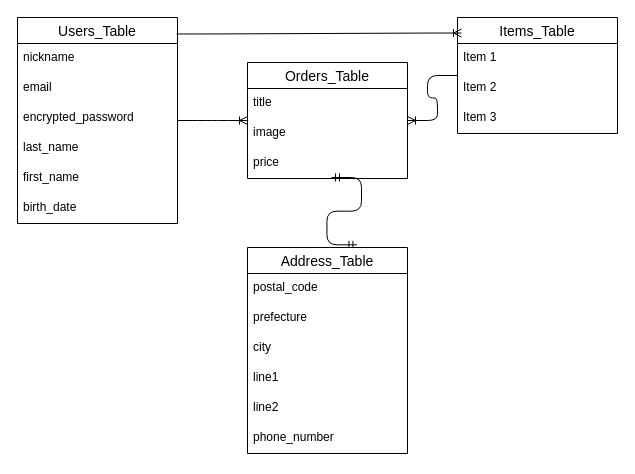
Above: furima-41773.dio in Nanami-yk185/furima-41773 (draw.io), before the change. Source tidied: cells renumbered, new cells numbered last; positions are measured from the earlier drawing's top-left corner, leaving out a move shared by most shapes. Both pictures are drawn from the tidied source at 100%, with x=0, y=0 at pixel (17, 17).
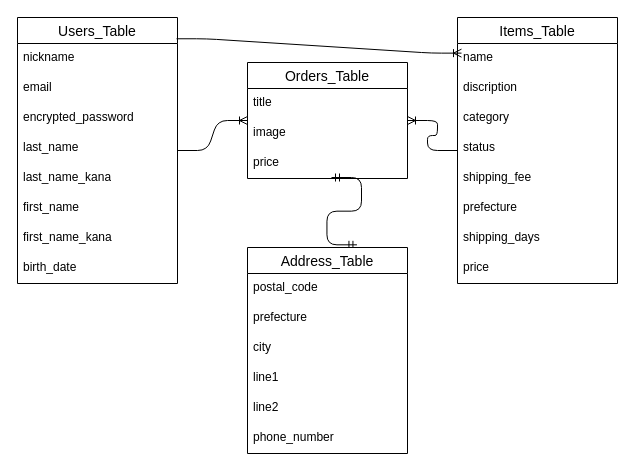
Above is the later version.

Change to the diagram source:
```diff
@@
     <mxCell id="2" value="Users_Table" style="swimlane;fontStyle=0;horizontal=1;startSize=26;align=center;fontSize=14;" parent="1" vertex="1">
-      <mxGeometry width="160" height="206" as="geometry" />
+      <mxGeometry width="160" height="266" as="geometry" />
     </mxCell>
@@
+    <mxCell id="28" value="last_name_kana" style="text;strokeColor=none;fillColor=none;spacingLeft=4;spacingRight=4;overflow=hidden;fontSize=12;whiteSpace=wrap;html=1;" parent="2" vertex="1">
+      <mxGeometry y="146" width="160" height="30" as="geometry" />
+    </mxCell>
     <mxCell id="7" value="first_name" style="text;strokeColor=none;fillColor=none;spacingLeft=4;spacingRight=4;overflow=hidden;fontSize=12;whiteSpace=wrap;html=1;" parent="2" vertex="1">
-      <mxGeometry y="146" width="160" height="30" as="geometry" />
+      <mxGeometry y="176" width="160" height="30" as="geometry" />
     </mxCell>
+    <mxCell id="29" value="first_name_kana" style="text;strokeColor=none;fillColor=none;spacingLeft=4;spacingRight=4;overflow=hidden;fontSize=12;whiteSpace=wrap;html=1;" parent="2" vertex="1">
+      <mxGeometry y="206" width="160" height="30" as="geometry" />
+    </mxCell>
     <mxCell id="8" value="birth_date" style="text;strokeColor=none;fillColor=none;spacingLeft=4;spacingRight=4;overflow=hidden;fontSize=12;whiteSpace=wrap;html=1;" parent="2" vertex="1">
-      <mxGeometry y="176" width="160" height="30" as="geometry" />
+      <mxGeometry y="236" width="160" height="30" as="geometry" />
     </mxCell>
     <mxCell id="9" value="Items_Table" style="swimlane;fontStyle=0;horizontal=1;startSize=26;align=center;fontSize=14;" parent="1" vertex="1">
-      <mxGeometry x="440" width="160" height="116" as="geometry" />
+      <mxGeometry x="440" width="160" height="266" as="geometry" />
     </mxCell>
-    <mxCell id="10" value="Item 1" style="text;strokeColor=none;fillColor=none;spacingLeft=4;spacingRight=4;overflow=hidden;fontSize=12;whiteSpace=wrap;html=1;" parent="9" vertex="1">
+    <mxCell id="10" value="name" style="text;strokeColor=none;fillColor=none;spacingLeft=4;spacingRight=4;overflow=hidden;fontSize=12;whiteSpace=wrap;html=1;" parent="9" vertex="1">
       <mxGeometry y="26" width="160" height="30" as="geometry" />
     </mxCell>
-    <mxCell id="11" value="Item 2" style="text;strokeColor=none;fillColor=none;spacingLeft=4;spacingRight=4;overflow=hidden;fontSize=12;whiteSpace=wrap;html=1;" parent="9" vertex="1">
+    <mxCell id="11" value="discription" style="text;strokeColor=none;fillColor=none;spacingLeft=4;spacingRight=4;overflow=hidden;fontSize=12;whiteSpace=wrap;html=1;" parent="9" vertex="1">
       <mxGeometry y="56" width="160" height="30" as="geometry" />
     </mxCell>
-    <mxCell id="12" value="Item 3" style="text;strokeColor=none;fillColor=none;spacingLeft=4;spacingRight=4;overflow=hidden;fontSize=12;whiteSpace=wrap;html=1;" parent="9" vertex="1">
+    <mxCell id="12" value="category" style="text;strokeColor=none;fillColor=none;spacingLeft=4;spacingRight=4;overflow=hidden;fontSize=12;whiteSpace=wrap;html=1;" parent="9" vertex="1">
       <mxGeometry y="86" width="160" height="30" as="geometry" />
     </mxCell>
+    <mxCell id="30" value="status" style="text;strokeColor=none;fillColor=none;spacingLeft=4;spacingRight=4;overflow=hidden;fontSize=12;whiteSpace=wrap;html=1;" parent="9" vertex="1">
+      <mxGeometry y="116" width="160" height="30" as="geometry" />
+    </mxCell>
+    <mxCell id="31" value="shipping_fee" style="text;strokeColor=none;fillColor=none;spacingLeft=4;spacingRight=4;overflow=hidden;fontSize=12;whiteSpace=wrap;html=1;" parent="9" vertex="1">
+      <mxGeometry y="146" width="160" height="30" as="geometry" />
+    </mxCell>
+    <mxCell id="32" value="prefecture" style="text;strokeColor=none;fillColor=none;spacingLeft=4;spacingRight=4;overflow=hidden;fontSize=12;whiteSpace=wrap;html=1;" parent="9" vertex="1">
+      <mxGeometry y="176" width="160" height="30" as="geometry" />
+    </mxCell>
+    <mxCell id="33" value="shipping_days" style="text;strokeColor=none;fillColor=none;spacingLeft=4;spacingRight=4;overflow=hidden;fontSize=12;whiteSpace=wrap;html=1;" parent="9" vertex="1">
+      <mxGeometry y="206" width="160" height="30" as="geometry" />
+    </mxCell>
+    <mxCell id="34" value="price" style="text;strokeColor=none;fillColor=none;spacingLeft=4;spacingRight=4;overflow=hidden;fontSize=12;whiteSpace=wrap;html=1;" parent="9" vertex="1">
+      <mxGeometry y="236" width="160" height="30" as="geometry" />
+    </mxCell>
```
